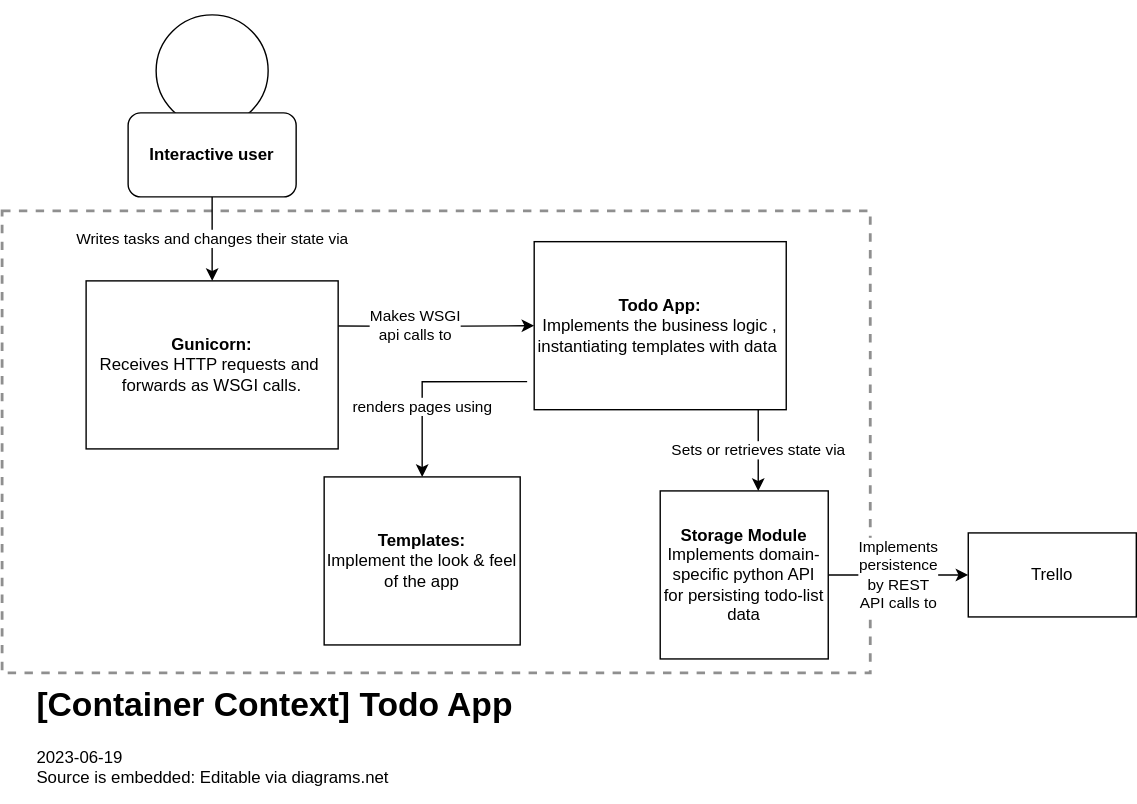
Above: architecture/c4-1.svg in sweavo/devops-course-starter (draw.io), before the change. Source tidied: cells renumbered, new cells last; positions are measured from the earlier drawing's top-left corner, leaving out a move shared by most shapes.
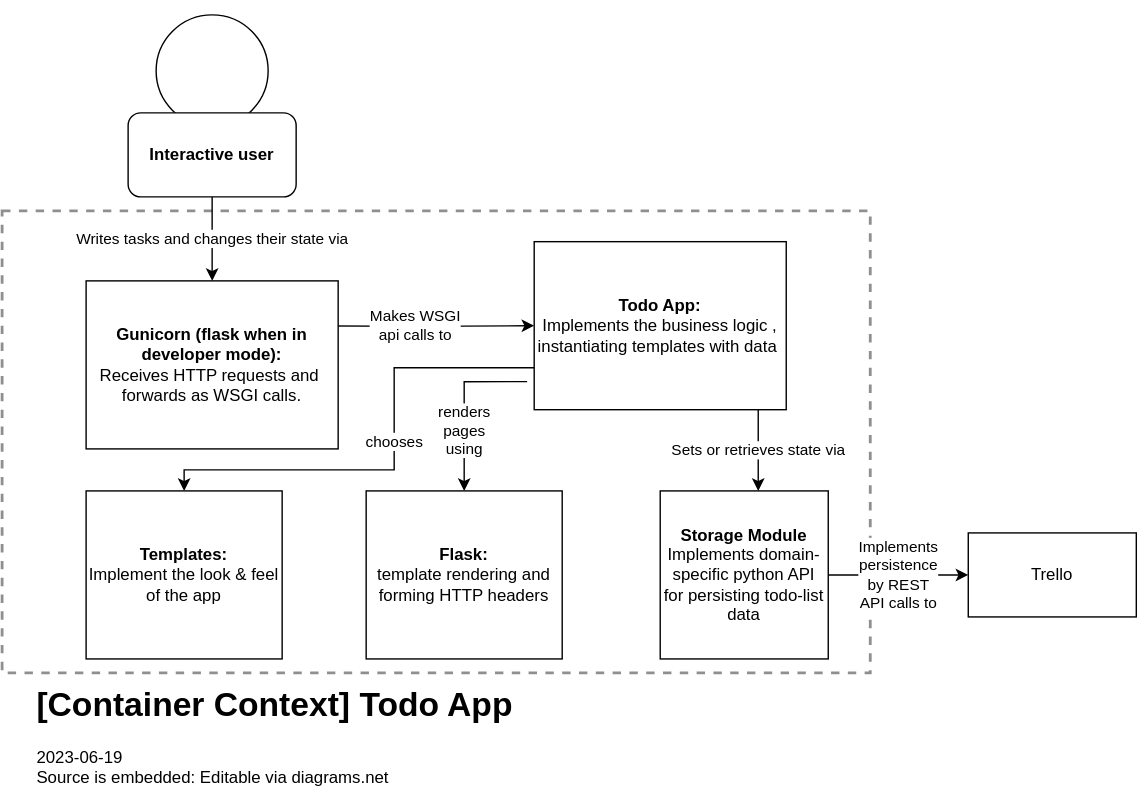
Later version of the same file.

Commit message:
add flask into c4 container diagram

Diff of the diagram source:
```diff
@@ -38,9 +38,22 @@
         </Array>
       </mxGeometry>
     </mxCell>
-    <mxCell id="11" value="renders pages using" style="edgeStyle=orthogonalEdgeStyle;rounded=0;jettySize=auto;html=1;exitX=-0.028;exitY=0.833;exitDx=0;exitDy=0;exitPerimeter=0;" parent="1" edge="1" source="12" target="15">
-      <mxGeometry x="0.3" relative="1" as="geometry" />
+    <mxCell id="11" value="renders&lt;br&gt;pages&lt;br&gt;using" style="edgeStyle=orthogonalEdgeStyle;rounded=0;jettySize=auto;html=1;exitX=-0.028;exitY=0.833;exitDx=0;exitDy=0;exitPerimeter=0;" parent="1" edge="1" source="12" target="15">
+      <mxGeometry x="0.3" relative="1" as="geometry">
+        <Array as="points">
+          <mxPoint x="330" y="272" />
+        </Array>
+      </mxGeometry>
     </mxCell>
+    <mxCell id="17" value="chooses" style="edgeStyle=orthogonalEdgeStyle;rounded=0;jettySize=auto;html=1;exitX=0;exitY=0.75;exitDx=0;exitDy=0;entryX=0.5;entryY=0;entryDx=0;entryDy=0;" parent="1" edge="1" source="12" target="18">
+      <mxGeometry x="-0.09" relative="1" as="geometry">
+        <Array as="points">
+          <mxPoint x="280" y="262" />
+          <mxPoint x="280" y="335" />
+          <mxPoint x="130" y="335" />
+        </Array>
+      </mxGeometry>
+    </mxCell>
     <mxCell id="12" value="&lt;b&gt;Todo App: &lt;/b&gt;&lt;br&gt;Implements the business logic , instantiating templates with data&amp;nbsp;" style="rounded=0;whiteSpace=wrap;html=1;" parent="1" vertex="1">
       <mxGeometry x="380" y="172" width="180" height="120" as="geometry" />
     </mxCell>
@@ -50,11 +63,14 @@
     <mxCell id="14" value="&lt;b&gt;Storage Module&lt;/b&gt;&lt;br&gt;Implements domain-specific python API for persisting todo-list data" style="rounded=0;whiteSpace=wrap;html=1;" parent="1" vertex="1">
       <mxGeometry x="470" y="350" width="120" height="120" as="geometry" />
     </mxCell>
-    <mxCell id="15" value="&lt;b&gt;Templates:&lt;/b&gt;&lt;br&gt;Implement the look &amp;amp; feel of the app" style="rounded=0;whiteSpace=wrap;html=1;" parent="1" vertex="1">
-      <mxGeometry x="230" y="340" width="140" height="120" as="geometry" />
+    <mxCell id="15" value="&lt;b&gt;Flask:&lt;/b&gt;&lt;br&gt;template rendering and forming HTTP headers" style="rounded=0;whiteSpace=wrap;html=1;" parent="1" vertex="1">
+      <mxGeometry x="260" y="350" width="140" height="120" as="geometry" />
     </mxCell>
-    <mxCell id="16" value="&lt;b&gt;Gunicorn: &lt;/b&gt;&lt;br&gt;Receives HTTP requests and&amp;nbsp;&lt;br&gt;forwards as WSGI calls." style="rounded=0;whiteSpace=wrap;html=1;" parent="1" vertex="1">
+    <mxCell id="16" value="&lt;b&gt;Gunicorn (flask when in developer mode): &lt;/b&gt;&lt;br&gt;Receives HTTP requests and&amp;nbsp;&lt;br&gt;forwards as WSGI calls." style="rounded=0;whiteSpace=wrap;html=1;" parent="1" vertex="1">
       <mxGeometry x="60" y="200" width="180" height="120" as="geometry" />
     </mxCell>
+    <mxCell id="18" value="&lt;b&gt;Templates:&lt;/b&gt;&lt;br&gt;Implement the look &amp;amp; feel of the app" style="rounded=0;whiteSpace=wrap;html=1;" parent="1" vertex="1">
+      <mxGeometry x="60" y="350" width="140" height="120" as="geometry" />
+    </mxCell>
   </root>
 </mxGraphModel>
```
